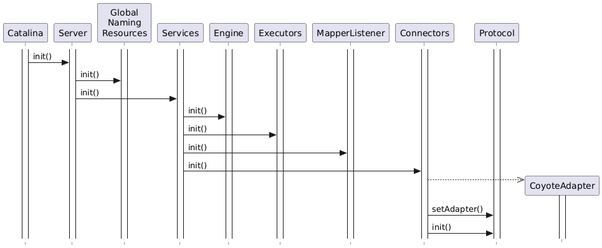
Before: docs/tomcat-11.0-doc/architecture/startup/2_catalina_init.png, a diagram exported from PlantUML (apache/tomcat-site). Source of this version:
```plantuml
@startuml


hide footbox
skinparam style strictuml

activate Catalina
activate Server
activate "Global\nNaming\nResources"
activate Services
activate Engine
activate Executors
activate MapperListener
activate Connectors
activate Protocol

Catalina -> Server: init()

Server -> "Global\nNaming\nResources" : init()
Server -> "Service(s)" as Services: init()

Services -> Engine: init()
Services -> "Executor(s)" as Executors: init()
Services -> "Mapper\nListener" as MapperListener: init()
Services -> "Connector(s)" as Connectors: init()

Connectors -->> CoyoteAdapter **
activate CoyoteAdapter

Connectors -> Protocol: setAdapter()
Connectors -> Protocol: init()

@enduml
```
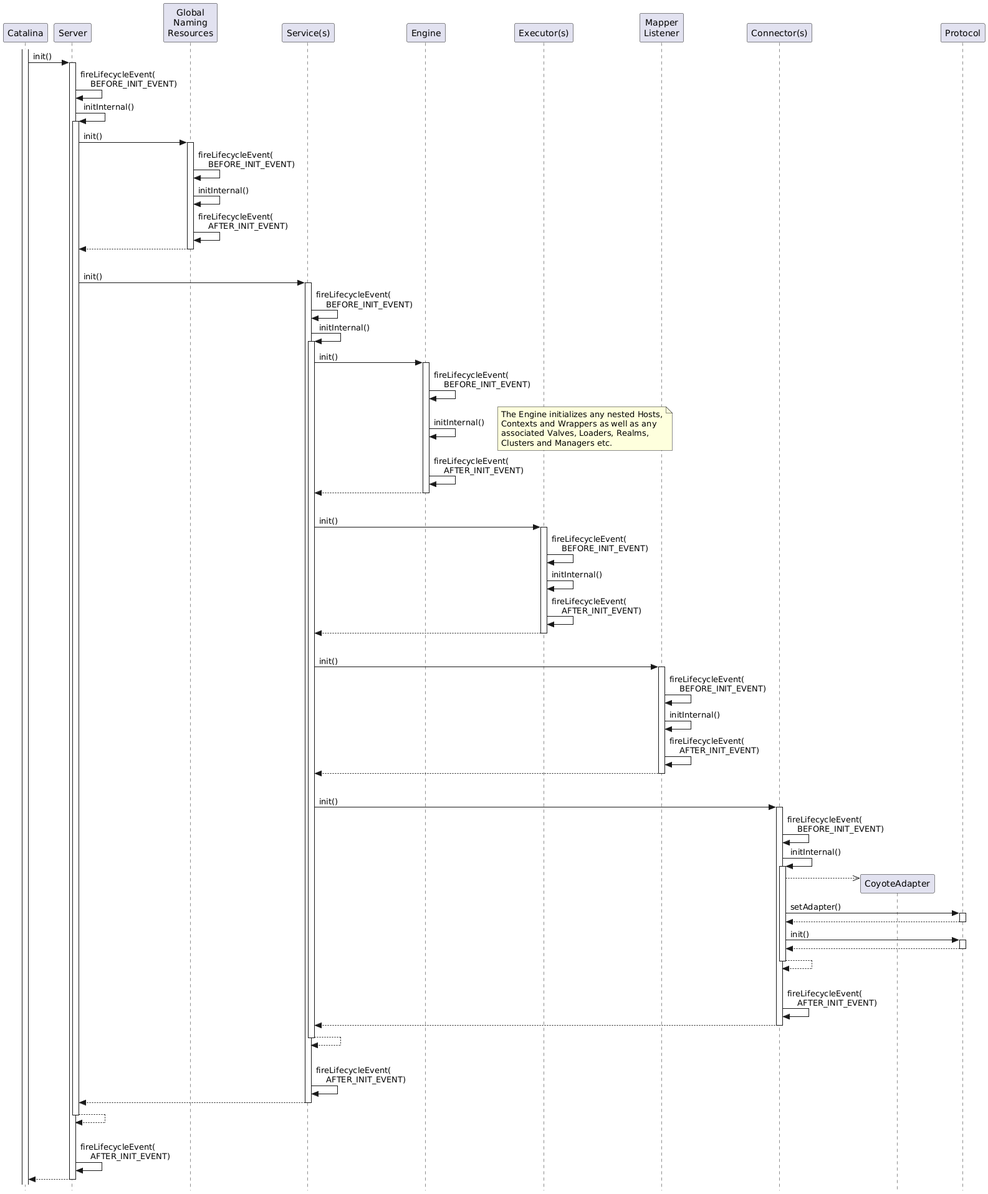
After the change.

What changed in the source:
```diff
@@ -5,29 +5,85 @@
 skinparam style strictuml
 
 activate Catalina
-activate Server
-activate "Global\nNaming\nResources"
-activate Services
-activate Engine
-activate Executors
-activate MapperListener
-activate Connectors
-activate Protocol
 
-Catalina -> Server: init()
+Catalina -> Server ++: init()
 
-Server -> "Global\nNaming\nResources" : init()
-Server -> "Service(s)" as Services: init()
+Server -> Server: fireLifecycleEvent(\n    BEFORE_INIT_EVENT)
 
-Services -> Engine: init()
-Services -> "Executor(s)" as Executors: init()
-Services -> "Mapper\nListener" as MapperListener: init()
-Services -> "Connector(s)" as Connectors: init()
+Server -> Server ++: initInternal()
+
+Server -> "Global\nNaming\nResources" as GNR ++: init()
+GNR -> GNR: fireLifecycleEvent(\n    BEFORE_INIT_EVENT)
+GNR -> GNR: initInternal()
+GNR -> GNR: fireLifecycleEvent(\n    AFTER_INIT_EVENT)
+return
+
+|||
+Server -> "Service(s)" as Services ++: init()
+
+Services -> Services: fireLifecycleEvent(\n    BEFORE_INIT_EVENT)
+
+Services -> Services ++: initInternal()
+
+Services -> Engine ++: init()
+Engine -> Engine: fireLifecycleEvent(\n    BEFORE_INIT_EVENT)
+Engine -> Engine: initInternal()
+note right
+The Engine initializes any nested Hosts,
+Contexts and Wrappers as well as any
+associated Valves, Loaders, Realms,
+Clusters and Managers etc.
+end note
+Engine -> Engine: fireLifecycleEvent(\n    AFTER_INIT_EVENT)
+return
+
+|||
+Services -> "Executor(s)" as Executors ++: init()
+Executors -> Executors: fireLifecycleEvent(\n    BEFORE_INIT_EVENT)
+Executors -> Executors: initInternal()
+Executors -> Executors: fireLifecycleEvent(\n    AFTER_INIT_EVENT)
+return
+
+|||
+Services -> "Mapper\nListener" as MapperListener ++: init()
+MapperListener -> MapperListener: fireLifecycleEvent(\n    BEFORE_INIT_EVENT)
+MapperListener -> MapperListener: initInternal()
+MapperListener -> MapperListener: fireLifecycleEvent(\n    AFTER_INIT_EVENT)
+return
+
+|||
+Services -> "Connector(s)" as Connectors ++: init()
+
+Connectors -> Connectors: fireLifecycleEvent(\n    BEFORE_INIT_EVENT)
+
+Connectors -> Connectors ++: initInternal()
 
 Connectors -->> CoyoteAdapter **
-activate CoyoteAdapter
 
-Connectors -> Protocol: setAdapter()
-Connectors -> Protocol: init()
+Connectors -> Protocol ++: setAdapter()
+return
 
+Connectors -> Protocol ++: init()
+return
+
+return
+
+|||
+Connectors -> Connectors: fireLifecycleEvent(\n    AFTER_INIT_EVENT)
+
+return
+
+return
+
+|||
+Services -> Services: fireLifecycleEvent(\n    AFTER_INIT_EVENT)
+
+return
+
+return
+
+|||
+Server -> Server: fireLifecycleEvent(\n    AFTER_INIT_EVENT)
+
+return
 @enduml
```
